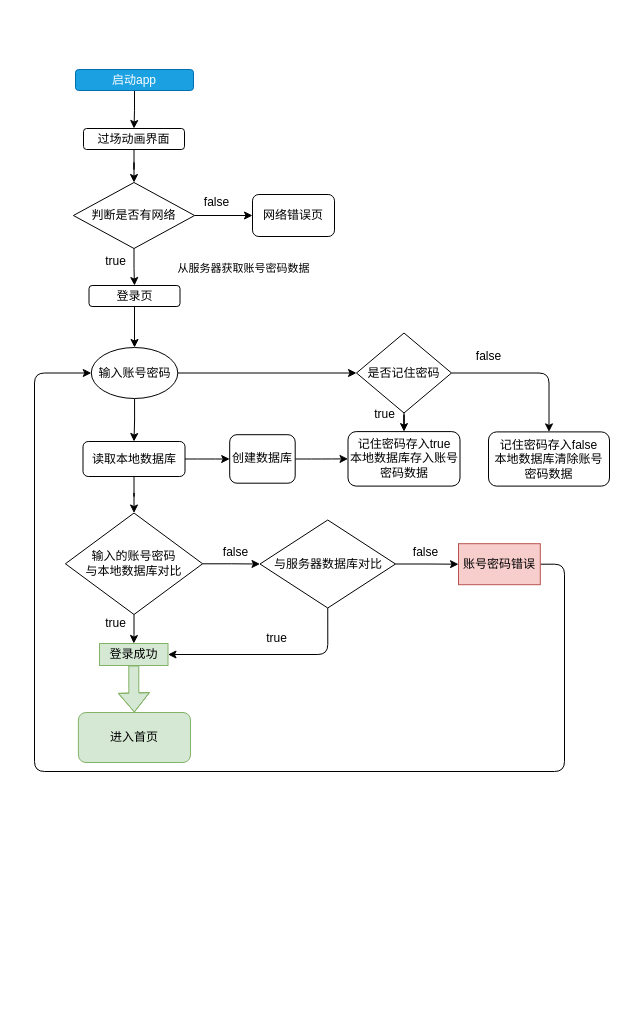
The draw.io diagram page "Page-1" (1 of 2) of 骨料检测手机app登录页记住密码.drawio in Jian-2021/GLJC20220714, before the edit. Source tidied: cells renumbered, new cells numbered last; positions are measured from the earlier drawing's top-left corner, leaving out a move shared by most shapes. Both pictures are drawn from the tidied source at 100%, with x=0, y=0 at pixel (34, 69).
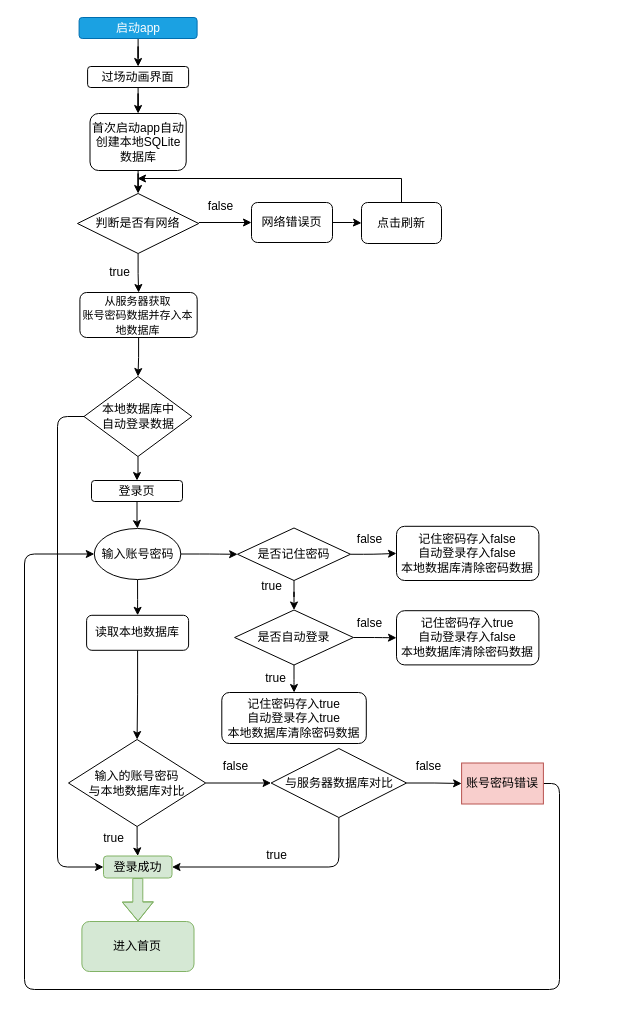
The same page after the edit.

Commit message:
更新骨料检测手机app登录页记住密码.drawio

Change to the diagram source:
```diff
@@
     <mxCell id="3" value="启动app" style="rounded=1;whiteSpace=wrap;html=1;fontSize=12;glass=0;strokeWidth=1;shadow=0;fillColor=#1ba1e2;strokeColor=#006EAF;fontColor=#ffffff;" parent="1" vertex="1">
-      <mxGeometry x="41" width="118" height="21" as="geometry" />
+      <mxGeometry x="44.6" y="-52" width="118" height="21" as="geometry" />
     </mxCell>
-    <mxCell id="4" style="edgeStyle=orthogonalEdgeStyle;rounded=0;jettySize=auto;html=1;" parent="1" edge="1" source="5" target="40">
-      <mxGeometry relative="1" as="geometry" />
-    </mxCell>
+    <mxCell id="45" style="edgeStyle=orthogonalEdgeStyle;rounded=0;jettySize=auto;html=1;fontSize=11;" parent="1" edge="1" source="5" target="52">
+      <mxGeometry relative="1" as="geometry" />
+    </mxCell>
     <mxCell id="5" value="过场动画界面" style="whiteSpace=wrap;html=1;rounded=1;shadow=0;strokeWidth=1;glass=0;" parent="1" vertex="1">
-      <mxGeometry x="49" y="59" width="101" height="21" as="geometry" />
+      <mxGeometry x="53.1" y="-3" width="101" height="21" as="geometry" />
     </mxCell>
@@
     <mxCell id="7" value="登录页" style="whiteSpace=wrap;html=1;rounded=1;shadow=0;strokeWidth=1;glass=0;" parent="1" vertex="1">
-      <mxGeometry x="54.5" y="216" width="91" height="21" as="geometry" />
+      <mxGeometry x="57" y="411" width="91" height="21" as="geometry" />
     </mxCell>
@@
     <mxCell id="10" value="输入账号密码" style="ellipse;whiteSpace=wrap;html=1;rounded=1;shadow=0;strokeWidth=1;glass=0;" parent="1" vertex="1">
-      <mxGeometry x="56.8" y="278" width="86.5" height="51" as="geometry" />
+      <mxGeometry x="59.8" y="459" width="86.5" height="51" as="geometry" />
     </mxCell>
@@
-    <mxCell id="12" style="edgeStyle=orthogonalEdgeStyle;curved=0;rounded=1;sketch=0;jettySize=auto;html=1;" parent="1" edge="1" source="13" target="29">
-      <mxGeometry relative="1" as="geometry" />
-    </mxCell>
     <mxCell id="13" value="读取本地数据库" style="whiteSpace=wrap;html=1;rounded=1;shadow=0;strokeWidth=1;glass=0;" parent="1" vertex="1">
-      <mxGeometry x="48.5" y="372" width="102" height="35" as="geometry" />
+      <mxGeometry x="52.1" y="545.8" width="102" height="35" as="geometry" />
     </mxCell>
@@
     <mxCell id="16" value="&lt;font style=&quot;font-size: 12px;&quot;&gt;输入的账号密码&lt;br&gt;与本地数据库对比&lt;/font&gt;" style="rhombus;whiteSpace=wrap;html=1;rounded=0;shadow=0;strokeWidth=1;glass=0;fontSize=10;" parent="1" vertex="1">
-      <mxGeometry x="30.9" y="443.5" width="137.2" height="101.5" as="geometry" />
+      <mxGeometry x="34" y="670" width="137.2" height="87" as="geometry" />
     </mxCell>
@@
-    <mxCell id="18" value="登录成功" style="whiteSpace=wrap;html=1;rounded=0;shadow=0;strokeWidth=1;glass=0;fillColor=#d5e8d4;strokeColor=#82b366;" parent="1" vertex="1">
-      <mxGeometry x="65" y="574" width="68.5" height="22" as="geometry" />
+    <mxCell id="18" value="登录成功" style="whiteSpace=wrap;html=1;rounded=1;shadow=0;strokeWidth=1;glass=0;fillColor=#d5e8d4;strokeColor=#82b366;" parent="1" vertex="1">
+      <mxGeometry x="69" y="786.5" width="68.5" height="22" as="geometry" />
     </mxCell>
     <mxCell id="19" value="true" style="text;html=1;align=center;verticalAlign=middle;" parent="1" vertex="1">
-      <mxGeometry x="61" y="541" width="39" height="26" as="geometry" />
+      <mxGeometry x="59.9" y="756" width="39" height="26" as="geometry" />
     </mxCell>
     <mxCell id="20" style="rounded=1;jettySize=auto;html=1;strokeColor=#000000;edgeStyle=orthogonalEdgeStyle;entryX=1;entryY=0.5;entryDx=0;entryDy=0;exitX=0.5;exitY=1;exitDx=0;exitDy=0;" parent="1" edge="1" source="22" target="18">
       <mxGeometry relative="1" as="geometry">
         <Array as="points">
-          <mxPoint x="293" y="585" />
+          <mxPoint x="304.1" y="798" />
         </Array>
       </mxGeometry>
     </mxCell>
@@
     <mxCell id="22" value="与服务器数据库对比" style="rhombus;whiteSpace=wrap;html=1;rounded=0;shadow=0;strokeWidth=1;glass=0;" parent="1" vertex="1">
-      <mxGeometry x="225.5" y="450.5" width="135.5" height="88" as="geometry" />
+      <mxGeometry x="236.6" y="679" width="135.5" height="69" as="geometry" />
     </mxCell>
     <mxCell id="23" value="false" style="text;html=1;align=center;verticalAlign=middle;" parent="1" vertex="1">
-      <mxGeometry x="179" y="470.2" width="43" height="26" as="geometry" />
+      <mxGeometry x="179.8" y="684" width="43" height="26" as="geometry" />
     </mxCell>
     <mxCell id="24" value="true" style="text;html=1;align=center;verticalAlign=middle;" parent="1" vertex="1">
-      <mxGeometry x="222" y="556" width="39" height="26" as="geometry" />
+      <mxGeometry x="222.8" y="773" width="39" height="26" as="geometry" />
     </mxCell>
-    <mxCell id="25" style="edgeStyle=orthogonalEdgeStyle;rounded=1;sketch=0;jettySize=auto;html=1;exitX=1;exitY=0.5;exitDx=0;exitDy=0;entryX=0;entryY=0.5;entryDx=0;entryDy=0;" parent="1" edge="1" source="26" target="10">
+    <mxCell id="25" style="edgeStyle=orthogonalEdgeStyle;rounded=1;jettySize=auto;html=1;fontSize=11;entryX=0;entryY=0.5;entryDx=0;entryDy=0;exitX=1;exitY=0.5;exitDx=0;exitDy=0;" parent="1" edge="1" source="26" target="10">
       <mxGeometry relative="1" as="geometry">
         <Array as="points">
-          <mxPoint x="530" y="495" />
-          <mxPoint x="530" y="702" />
-          <mxPoint y="702" />
-          <mxPoint y="304" />
+          <mxPoint x="525" y="714" />
+          <mxPoint x="525" y="920" />
+          <mxPoint x="-10" y="920" />
+          <mxPoint x="-10" y="485" />
         </Array>
       </mxGeometry>
     </mxCell>
     <mxCell id="26" value="账号密码错误" style="whiteSpace=wrap;html=1;rounded=0;shadow=0;strokeWidth=1;glass=0;fillColor=#f8cecc;strokeColor=#b85450;" parent="1" vertex="1">
-      <mxGeometry x="424" y="474.2" width="81.8" height="41" as="geometry" />
+      <mxGeometry x="427.1" y="693.5" width="81.8" height="41" as="geometry" />
     </mxCell>
     <mxCell id="27" value="false" style="text;html=1;align=center;verticalAlign=middle;" parent="1" vertex="1">
-      <mxGeometry x="369" y="470.2" width="43" height="26" as="geometry" />
+      <mxGeometry x="372.1" y="684" width="43" height="26" as="geometry" />
     </mxCell>
-    <mxCell id="28" style="edgeStyle=orthogonalEdgeStyle;curved=0;rounded=1;sketch=0;jettySize=auto;html=1;" parent="1" edge="1" source="29" target="33">
-      <mxGeometry relative="1" as="geometry" />
-    </mxCell>
-    <mxCell id="29" value="创建数据库" style="whiteSpace=wrap;html=1;rounded=1;shadow=0;strokeWidth=1;glass=0;" parent="1" vertex="1">
-      <mxGeometry x="195.2" y="365.2" width="65.5" height="48.5" as="geometry" />
-    </mxCell>
-    <mxCell id="30" style="edgeStyle=orthogonalEdgeStyle;curved=0;rounded=1;sketch=0;jettySize=auto;html=1;exitX=0.5;exitY=1;exitDx=0;exitDy=0;" parent="1" edge="1" source="32" target="33">
-      <mxGeometry relative="1" as="geometry" />
-    </mxCell>
@@
+    <mxCell id="46" style="edgeStyle=orthogonalEdgeStyle;rounded=1;jettySize=auto;html=1;fontSize=11;" parent="1" edge="1" source="32" target="60">
+      <mxGeometry relative="1" as="geometry" />
+    </mxCell>
     <mxCell id="32" value="是否记住密码" style="rhombus;whiteSpace=wrap;html=1;rounded=0;shadow=0;strokeWidth=1;glass=0;" parent="1" vertex="1">
-      <mxGeometry x="322" y="263.5" width="95" height="80" as="geometry" />
+      <mxGeometry x="203" y="458.5" width="113" height="52.5" as="geometry" />
     </mxCell>
-    <mxCell id="33" value="记住密码存入true&lt;br&gt;本地数据库存入账号密码数据" style="whiteSpace=wrap;html=1;rounded=1;shadow=0;strokeWidth=1;glass=0;" parent="1" vertex="1">
-      <mxGeometry x="313.5" y="362.1" width="112" height="54.5" as="geometry" />
-    </mxCell>
     <mxCell id="34" value="true" style="text;html=1;align=center;verticalAlign=middle;" parent="1" vertex="1">
-      <mxGeometry x="330" y="331.5" width="39" height="26" as="geometry" />
+      <mxGeometry x="217" y="504" width="39" height="26" as="geometry" />
     </mxCell>
-    <mxCell id="35" value="记住密码存入false&lt;br&gt;本地数据库清除账号密码数据" style="whiteSpace=wrap;html=1;rounded=1;shadow=0;strokeWidth=1;glass=0;" parent="1" vertex="1">
-      <mxGeometry x="454" y="362.4" width="121" height="54.2" as="geometry" />
+    <mxCell id="35" value="记住密码存入false&lt;br&gt;自动登录存入false&lt;br&gt;本地数据库清除密码数据" style="whiteSpace=wrap;html=1;rounded=1;shadow=0;strokeWidth=1;glass=0;" parent="1" vertex="1">
+      <mxGeometry x="362" y="456.8" width="142.4" height="54.2" as="geometry" />
     </mxCell>
     <mxCell id="36" value="false" style="text;html=1;align=center;verticalAlign=middle;" parent="1" vertex="1">
-      <mxGeometry x="432" y="274" width="43" height="26" as="geometry" />
+      <mxGeometry x="313" y="456.8" width="43" height="26" as="geometry" />
     </mxCell>
     <mxCell id="37" value="进入首页" style="whiteSpace=wrap;html=1;rounded=1;shadow=0;strokeWidth=1;glass=0;fillColor=#d5e8d4;strokeColor=#82b366;" parent="1" vertex="1">
-      <mxGeometry x="43.9" y="643" width="112.1" height="50" as="geometry" />
+      <mxGeometry x="47.4" y="852" width="112.1" height="50" as="geometry" />
     </mxCell>
-    <mxCell id="38" style="edgeStyle=orthogonalEdgeStyle;rounded=0;jettySize=auto;html=1;exitX=0.5;exitY=1;exitDx=0;exitDy=0;" parent="1" edge="1" source="40" target="7">
-      <mxGeometry relative="1" as="geometry" />
-    </mxCell>
-    <mxCell id="39" style="edgeStyle=orthogonalEdgeStyle;rounded=0;jettySize=auto;html=1;" parent="1" edge="1" source="40" target="42">
-      <mxGeometry relative="1" as="geometry" />
+    <mxCell id="39" style="edgeStyle=orthogonalEdgeStyle;rounded=0;jettySize=auto;html=1;" parent="1" edge="1" target="42">
+      <mxGeometry relative="1" as="geometry">
+        <mxPoint x="164.3" y="153" as="sourcePoint" />
+        <Array as="points">
+          <mxPoint x="249" y="153" />
+          <mxPoint x="249" y="153" />
+        </Array>
+      </mxGeometry>
     </mxCell>
+    <mxCell id="47" style="edgeStyle=orthogonalEdgeStyle;rounded=0;jettySize=auto;html=1;fontSize=11;" parent="1" edge="1" source="40" target="50">
+      <mxGeometry relative="1" as="geometry" />
+    </mxCell>
     <mxCell id="40" value="判断是否有网络" style="rhombus;whiteSpace=wrap;html=1;rounded=0;shadow=0;strokeWidth=1;glass=0;" parent="1" vertex="1">
-      <mxGeometry x="38.9" y="113" width="121.2" height="66" as="geometry" />
+      <mxGeometry x="43" y="124" width="121.2" height="60" as="geometry" />
     </mxCell>
     <mxCell id="41" value="true" style="text;html=1;align=center;verticalAlign=middle;strokeColor=none;fillColor=none;" parent="1" vertex="1">
-      <mxGeometry x="61" y="179" width="39" height="26" as="geometry" />
+      <mxGeometry x="65" y="190" width="39" height="26" as="geometry" />
     </mxCell>
+    <mxCell id="48" style="edgeStyle=orthogonalEdgeStyle;rounded=0;jettySize=auto;html=1;fontSize=11;" parent="1" edge="1" source="42" target="57">
+      <mxGeometry relative="1" as="geometry" />
+    </mxCell>
     <mxCell id="42" value="网络错误页" style="whiteSpace=wrap;html=1;rounded=1;shadow=0;strokeWidth=1;glass=0;" parent="1" vertex="1">
-      <mxGeometry x="218" y="125" width="82" height="42" as="geometry" />
+      <mxGeometry x="217" y="133" width="81" height="40" as="geometry" />
     </mxCell>
     <mxCell id="43" value="false" style="text;html=1;align=center;verticalAlign=middle;strokeColor=none;fillColor=none;" parent="1" vertex="1">
-      <mxGeometry x="160.1" y="120" width="43" height="26" as="geometry" />
+      <mxGeometry x="164.3" y="124" width="43" height="26" as="geometry" />
     </mxCell>
-    <mxCell id="44" value="&lt;font style=&quot;font-size: 11px;&quot;&gt;从服务器获取账号密码数据&lt;/font&gt;" style="text;html=1;align=center;verticalAlign=middle;strokeColor=none;fillColor=none;fontSize=10;" parent="1" vertex="1">
-      <mxGeometry x="128" y="186" width="161" height="25" as="geometry" />
-    </mxCell>
+    <mxCell id="49" style="edgeStyle=orthogonalEdgeStyle;rounded=0;jettySize=auto;html=1;fontSize=11;" parent="1" edge="1" source="50" target="55">
+      <mxGeometry relative="1" as="geometry" />
+    </mxCell>
+    <mxCell id="50" value="&lt;span style=&quot;font-size: 11px;&quot;&gt;从服务器获取&lt;/span&gt;&lt;br style=&quot;font-size: 11px;&quot;&gt;&lt;span style=&quot;font-size: 11px;&quot;&gt;账号密码数据并存入本地数据库&lt;/span&gt;" style="whiteSpace=wrap;html=1;rounded=1;shadow=0;strokeWidth=1;glass=0;" parent="1" vertex="1">
+      <mxGeometry x="45.4" y="223" width="117.3" height="45" as="geometry" />
+    </mxCell>
+    <mxCell id="51" style="edgeStyle=orthogonalEdgeStyle;rounded=0;jettySize=auto;html=1;fontSize=11;" parent="1" edge="1" source="52" target="40">
+      <mxGeometry relative="1" as="geometry" />
+    </mxCell>
+    <mxCell id="52" value="首次启动app自动创建本地SQLite数据库" style="whiteSpace=wrap;html=1;rounded=1;shadow=0;strokeWidth=1;glass=0;" parent="1" vertex="1">
+      <mxGeometry x="55.5" y="44" width="96.2" height="57" as="geometry" />
+    </mxCell>
+    <mxCell id="53" style="edgeStyle=orthogonalEdgeStyle;rounded=0;jettySize=auto;html=1;fontSize=11;" parent="1" edge="1" source="55" target="7">
+      <mxGeometry relative="1" as="geometry" />
+    </mxCell>
+    <mxCell id="54" style="edgeStyle=orthogonalEdgeStyle;rounded=1;jettySize=auto;html=1;exitX=0;exitY=0.5;exitDx=0;exitDy=0;fontSize=11;entryX=0;entryY=0.5;entryDx=0;entryDy=0;" parent="1" edge="1" source="55" target="18">
+      <mxGeometry relative="1" as="geometry">
+        <Array as="points">
+          <mxPoint x="23" y="347" />
+          <mxPoint x="23" y="798" />
+          <mxPoint x="69" y="798" />
+        </Array>
+      </mxGeometry>
+    </mxCell>
+    <mxCell id="55" value="本地数据库中&lt;br&gt;自动登录数据" style="rhombus;whiteSpace=wrap;html=1;rounded=0;shadow=0;strokeWidth=1;glass=0;" parent="1" vertex="1">
+      <mxGeometry x="49.5" y="307" width="107.9" height="80" as="geometry" />
+    </mxCell>
+    <mxCell id="56" style="edgeStyle=orthogonalEdgeStyle;rounded=0;jettySize=auto;html=1;fontSize=11;" parent="1" edge="1" source="57">
+      <mxGeometry relative="1" as="geometry">
+        <mxPoint x="103" y="109" as="targetPoint" />
+        <Array as="points">
+          <mxPoint x="367" y="109" />
+        </Array>
+      </mxGeometry>
+    </mxCell>
+    <mxCell id="57" value="点击刷新" style="whiteSpace=wrap;html=1;rounded=1;shadow=0;strokeWidth=1;glass=0;" parent="1" vertex="1">
+      <mxGeometry x="327" y="133" width="80" height="41" as="geometry" />
+    </mxCell>
+    <mxCell id="58" style="edgeStyle=orthogonalEdgeStyle;rounded=1;jettySize=auto;html=1;fontSize=11;" parent="1" edge="1" source="60" target="61">
+      <mxGeometry relative="1" as="geometry" />
+    </mxCell>
+    <mxCell id="59" style="edgeStyle=orthogonalEdgeStyle;rounded=1;jettySize=auto;html=1;exitX=1;exitY=0.5;exitDx=0;exitDy=0;fontSize=11;" parent="1" edge="1" source="60" target="64">
+      <mxGeometry relative="1" as="geometry" />
+    </mxCell>
+    <mxCell id="60" value="是否自动登录" style="rhombus;whiteSpace=wrap;html=1;rounded=0;shadow=0;strokeWidth=1;glass=0;" parent="1" vertex="1">
+      <mxGeometry x="200.1" y="540.5" width="118.8" height="55" as="geometry" />
+    </mxCell>
+    <mxCell id="61" value="记住密码存入true&lt;br&gt;自动登录存入true&lt;br&gt;本地数据库清除密码数据" style="whiteSpace=wrap;html=1;rounded=1;shadow=0;strokeWidth=1;glass=0;" parent="1" vertex="1">
+      <mxGeometry x="187.3" y="623" width="144.5" height="51" as="geometry" />
+    </mxCell>
+    <mxCell id="62" value="true" style="text;html=1;align=center;verticalAlign=middle;" parent="1" vertex="1">
+      <mxGeometry x="221" y="595.5" width="39" height="26" as="geometry" />
+    </mxCell>
+    <mxCell id="63" value="false" style="text;html=1;align=center;verticalAlign=middle;" parent="1" vertex="1">
+      <mxGeometry x="313" y="540.5" width="43" height="26" as="geometry" />
+    </mxCell>
+    <mxCell id="64" value="记住密码存入true&lt;br&gt;自动登录存入false&lt;br&gt;本地数据库清除密码数据" style="whiteSpace=wrap;html=1;rounded=1;shadow=0;strokeWidth=1;glass=0;" parent="1" vertex="1">
+      <mxGeometry x="362" y="541.2" width="142.4" height="54.2" as="geometry" />
+    </mxCell>
```
